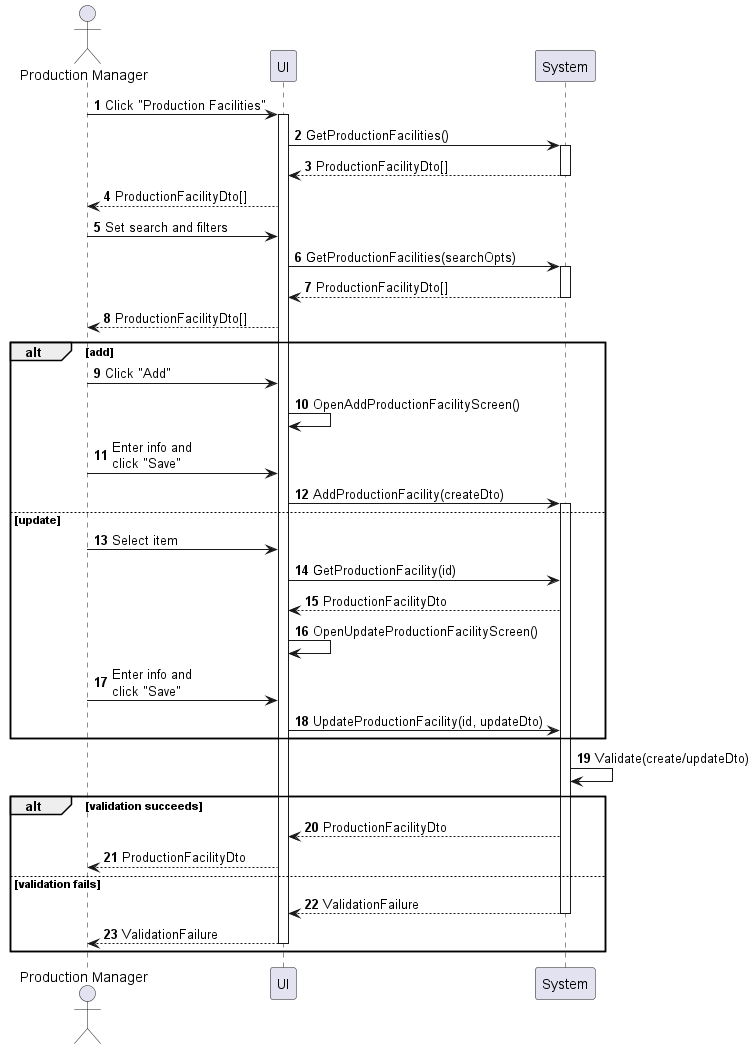
Before: sequences/production-facility-manage.png, a diagram exported from PlantUML (phihungha/scmss-reqs).
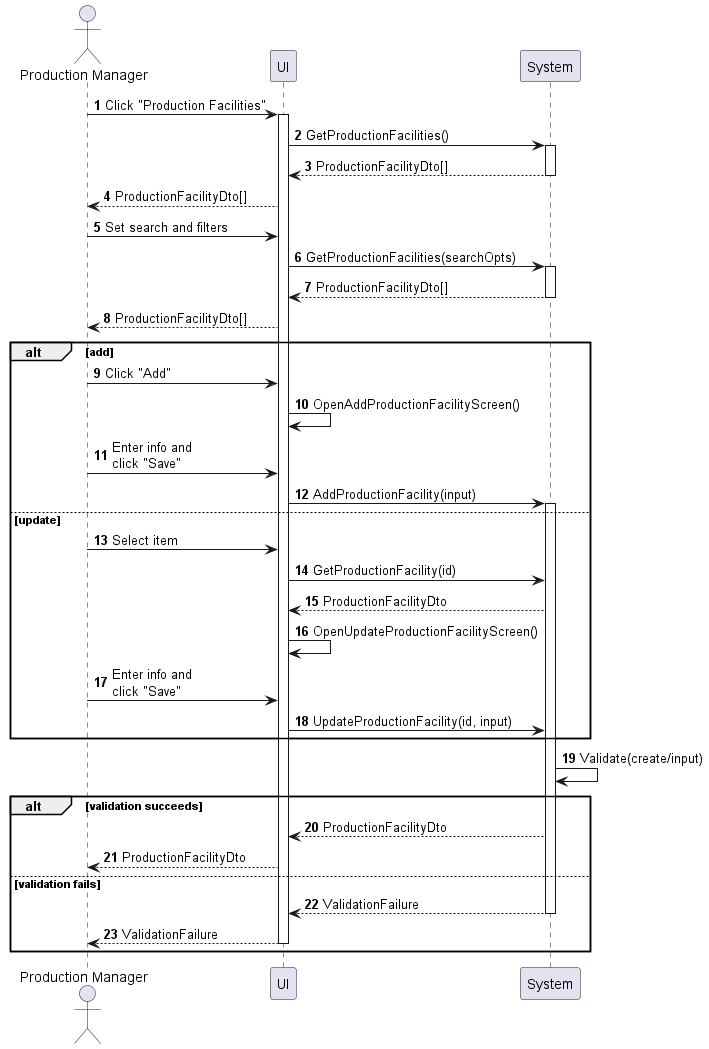
The same diagram one commit later.

Change to the diagram source:
```diff
@@ -21,7 +21,7 @@
     a -> f : Click "Add"
     f -> f : OpenAddProductionFacilityScreen()
     a -> f : Enter info and\nclick "Save"
-    f -> b : AddProductionFacility(createDto)
+    f -> b : AddProductionFacility(input)
     activate b
 else update
     a -> f : Select item
@@ -29,10 +29,10 @@
     b --> f : ProductionFacilityDto
     f -> f : OpenUpdateProductionFacilityScreen()
     a -> f : Enter info and\nclick "Save"
-    f -> b : UpdateProductionFacility(id, updateDto)
+    f -> b : UpdateProductionFacility(id, input)
 end
 
-b -> b : Validate(create/updateDto)
+b -> b : Validate(create/input)
 
 alt validation succeeds
     b --> f : ProductionFacilityDto
```
